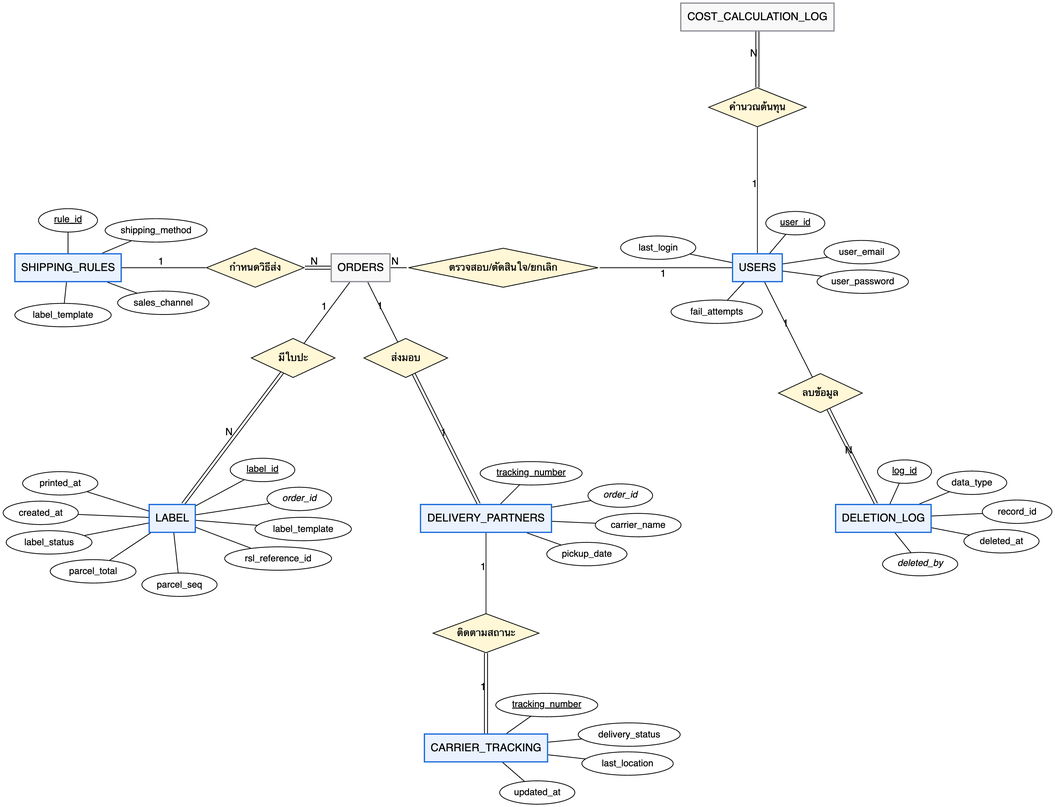
Above: 04-chapter2-diagrams-database/diagrams/png/er-2.png in xbpkdi/321-sa-proj (Graphviz), before the change. Its source is kept beside it as 04-chapter2-diagrams-database/diagrams/src/er-2.dot.
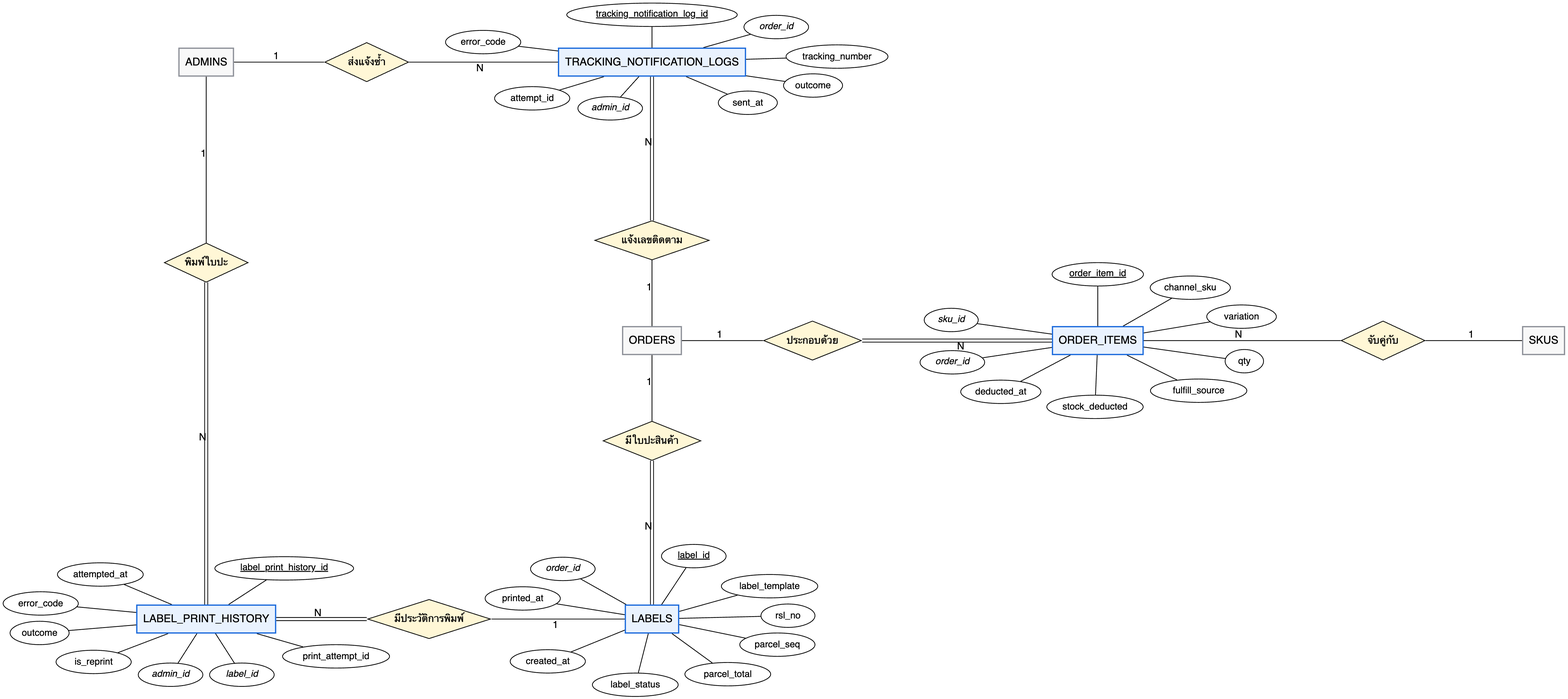
The same diagram one commit later.

Diff of the diagram source:
```diff
@@ -1,95 +1,100 @@
 graph ER {
   layout=neato; overlap=true; splines=line; outputorder=edgesfirst;
   node [fontname="Helvetica", fontsize=14]; edge [fontname="Helvetica", fontsize=13];
-  "rel0" [pos="7.12,2.88!", shape=diamond, style=filled, fillcolor="#fff7d6", label="คำนวณต้นทุน", fontsize=13, fixedsize=true, width=1.75, height=0.7];
-  "users" -- "rel0" [label="1"];
-  "rel0" -- "cost_calculation_log" [label="N", color="black:invis:black"];
-  "rel1" [pos="-1.89,0.00!", shape=diamond, style=filled, fillcolor="#fff7d6", label="กำหนดวิธีส่ง", fontsize=13, fixedsize=true, width=1.75, height=0.7];
-  "shipping_rules" -- "rel1" [label="1"];
-  "rel1" -- "orders" [label="N", color="black:invis:black"];
-  "rel2" [pos="2.56,0.00!", shape=diamond, style=filled, fillcolor="#fff7d6", label="ตรวจสอบ/ตัดสินใจ/ยกเลิก", fontsize=13, fixedsize=true, width=3.40, height=0.7];
-  "users" -- "rel2" [label="1"];
-  "rel2" -- "orders" [label="N"];
-  "rel3" [pos="-1.21,-1.62!", shape=diamond, style=filled, fillcolor="#fff7d6", label="มีใบปะ", fontsize=13, fixedsize=true, width=1.50, height=0.7];
+  "rel0" [pos="-5.12,0.00!", shape=diamond, style=filled, fillcolor="#fff7d6", label="ประกอบด้วย", fontsize=13, fixedsize=true, width=1.75, height=0.7];
+  "orders" -- "rel0" [label="1"];
+  "rel0" -- "order_items" [label="N", color="black:invis:black"];
+  "rel1" [pos="5.12,0.00!", shape=diamond, style=filled, fillcolor="#fff7d6", label="จับคู่กับ", fontsize=13, fixedsize=true, width=1.50, height=0.7];
+  "skus" -- "rel1" [label="1"];
+  "rel1" -- "order_items" [label="N"];
+  "rel2" [pos="-8.00,-1.80!", shape=diamond, style=filled, fillcolor="#fff7d6", label="มีใบปะสินค้า", fontsize=13, fixedsize=true, width=1.75, height=0.7];
+  "orders" -- "rel2" [label="1"];
+  "rel2" -- "labels" [label="N", color="black:invis:black"];
+  "rel3" [pos="-8.00,1.80!", shape=diamond, style=filled, fillcolor="#fff7d6", label="แจ้งเลขติดตาม", fontsize=13, fixedsize=true, width=2.05, height=0.7];
   "orders" -- "rel3" [label="1"];
-  "rel3" -- "label" [label="N", color="black:invis:black"];
-  "rel4" [pos="0.81,-1.62!", shape=diamond, style=filled, fillcolor="#fff7d6", label="ส่งมอบ", fontsize=13, fixedsize=true, width=1.50, height=0.7];
-  "orders" -- "rel4" [label="1"];
-  "rel4" -- "delivery_partners" [label="1", color="black:invis:black"];
-  "rel5" [pos="2.25,-6.56!", shape=diamond, style=filled, fillcolor="#fff7d6", label="ติดตามสถานะ", fontsize=13, fixedsize=true, width=1.90, height=0.7];
-  "delivery_partners" -- "rel5" [label="1"];
-  "rel5" -- "carrier_tracking" [label="1", color="black:invis:black"];
-  "rel6" [pos="8.25,-2.25!", shape=diamond, style=filled, fillcolor="#fff7d6", label="ลบข้อมูล", fontsize=13, fixedsize=true, width=1.50, height=0.7];
-  "users" -- "rel6" [label="1"];
-  "rel6" -- "deletion_log" [label="N", color="black:invis:black"];
-  "users" [pos="7.12,0.00!", shape=box, style="filled", fillcolor="#e9f2fe", color="#1868db", penwidth=1.6, label="USERS"];
-  "users.user_id" [pos="7.80,0.80!", shape=ellipse, style=filled, fillcolor=white, label=<<u>user_id</u>>, fontsize=12, fixedsize=true, width=1.06, height=0.42];
-  "users" -- "users.user_id";
-  "users.user_email" [pos="8.99,0.28!", shape=ellipse, style=filled, fillcolor=white, label="user_email", fontsize=12, fixedsize=true, width=1.35, height=0.42];
-  "users" -- "users.user_email";
-  "users.user_password" [pos="9.01,-0.25!", shape=ellipse, style=filled, fillcolor=white, label="user_password", fontsize=12, fixedsize=true, width=1.64, height=0.42];
-  "users" -- "users.user_password";
-  "users.fail_attempts" [pos="6.39,-0.79!", shape=ellipse, style=filled, fillcolor=white, label="fail_attempts", fontsize=12, fixedsize=true, width=1.64, height=0.42];
-  "users" -- "users.fail_attempts";
-  "users.last_login" [pos="5.34,0.36!", shape=ellipse, style=filled, fillcolor=white, label="last_login", fontsize=12, fixedsize=true, width=1.35, height=0.42];
-  "users" -- "users.last_login";
-  "cost_calculation_log" [pos="7.12,4.50!", shape=box, style="filled", fillcolor="#f8f8f8", color="#8c8f97", penwidth=1.6, label="COST_CALCULATION_LOG"];
-  "shipping_rules" [pos="-5.25,0.00!", shape=box, style="filled", fillcolor="#e9f2fe", color="#1868db", penwidth=1.6, label="SHIPPING_RULES"];
-  "shipping_rules.rule_id" [pos="-5.25,0.85!", shape=ellipse, style=filled, fillcolor=white, label=<<u>rule_id</u>>, fontsize=12, fixedsize=true, width=1.06, height=0.42];
-  "shipping_rules" -- "shipping_rules.rule_id";
-  "shipping_rules.shipping_method" [pos="-3.67,0.67!", shape=ellipse, style=filled, fillcolor=white, label="shipping_method", fontsize=12, fixedsize=true, width=1.83, height=0.42];
-  "shipping_rules" -- "shipping_rules.shipping_method";
-  "shipping_rules.sales_channel" [pos="-3.54,-0.63!", shape=ellipse, style=filled, fillcolor=white, label="sales_channel", fontsize=12, fixedsize=true, width=1.64, height=0.42];
-  "shipping_rules" -- "shipping_rules.sales_channel";
-  "shipping_rules.label_template" [pos="-5.34,-0.85!", shape=ellipse, style=filled, fillcolor=white, label="label_template", fontsize=12, fixedsize=true, width=1.73, height=0.42];
-  "shipping_rules" -- "shipping_rules.label_template";
-  "orders" [pos="0.00,0.00!", shape=box, style="filled", fillcolor="#f8f8f8", color="#8c8f97", penwidth=1.6, label="ORDERS"];
-  "label" [pos="-3.38,-4.50!", shape=box, style="filled", fillcolor="#e9f2fe", color="#1868db", penwidth=1.6, label="LABEL"];
-  "label.label_id" [pos="-1.76,-3.63!", shape=ellipse, style=filled, fillcolor=white, label=<<u>label_id</u>>, fontsize=12, fixedsize=true, width=1.16, height=0.42];
-  "label" -- "label.label_id";
-  "label.order_id" [pos="-1.10,-4.15!", shape=ellipse, style=filled, fillcolor=white, label=<<i>order_id</i>>, fontsize=12, fixedsize=true, width=1.16, height=0.42];
-  "label" -- "label.order_id";
-  "label.label_template" [pos="-1.03,-4.69!", shape=ellipse, style=filled, fillcolor=white, label="label_template", fontsize=12, fixedsize=true, width=1.73, height=0.42];
-  "label" -- "label.label_template";
-  "label.rsl_reference_id" [pos="-1.48,-5.22!", shape=ellipse, style=filled, fillcolor=white, label="rsl_reference_id", fontsize=12, fixedsize=true, width=1.92, height=0.42];
-  "label" -- "label.rsl_reference_id";
-  "label.parcel_seq" [pos="-3.25,-5.69!", shape=ellipse, style=filled, fillcolor=white, label="parcel_seq", fontsize=12, fixedsize=true, width=1.35, height=0.42];
-  "label" -- "label.parcel_seq";
-  "label.parcel_total" [pos="-4.80,-5.45!", shape=ellipse, style=filled, fillcolor=white, label="parcel_total", fontsize=12, fixedsize=true, width=1.54, height=0.42];
-  "label" -- "label.parcel_total";
-  "label.label_status" [pos="-5.59,-4.93!", shape=ellipse, style=filled, fillcolor=white, label="label_status", fontsize=12, fixedsize=true, width=1.54, height=0.42];
-  "label" -- "label.label_status";
-  "label.created_at" [pos="-5.74,-4.40!", shape=ellipse, style=filled, fillcolor=white, label="created_at", fontsize=12, fixedsize=true, width=1.35, height=0.42];
-  "label" -- "label.created_at";
-  "label.printed_at" [pos="-5.39,-3.87!", shape=ellipse, style=filled, fillcolor=white, label="printed_at", fontsize=12, fixedsize=true, width=1.35, height=0.42];
-  "label" -- "label.printed_at";
-  "delivery_partners" [pos="2.25,-4.50!", shape=box, style="filled", fillcolor="#e9f2fe", color="#1868db", penwidth=1.6, label="DELIVERY_PARTNERS"];
-  "delivery_partners.tracking_number" [pos="3.06,-3.69!", shape=ellipse, style=filled, fillcolor=white, label=<<u>tracking_number</u>>, fontsize=12, fixedsize=true, width=1.83, height=0.42];
-  "delivery_partners" -- "delivery_partners.tracking_number";
-  "delivery_partners.order_id" [pos="4.66,-4.09!", shape=ellipse, style=filled, fillcolor=white, label=<<i>order_id</i>>, fontsize=12, fixedsize=true, width=1.16, height=0.42];
-  "delivery_partners" -- "delivery_partners.order_id";
-  "delivery_partners.carrier_name" [pos="4.98,-4.62!", shape=ellipse, style=filled, fillcolor=white, label="carrier_name", fontsize=12, fixedsize=true, width=1.54, height=0.42];
-  "delivery_partners" -- "delivery_partners.carrier_name";
-  "delivery_partners.pickup_date" [pos="4.06,-5.14!", shape=ellipse, style=filled, fillcolor=white, label="pickup_date", fontsize=12, fixedsize=true, width=1.44, height=0.42];
-  "delivery_partners" -- "delivery_partners.pickup_date";
-  "carrier_tracking" [pos="2.25,-8.62!", shape=box, style="filled", fillcolor="#e9f2fe", color="#1868db", penwidth=1.6, label="CARRIER_TRACKING"];
-  "carrier_tracking.tracking_number" [pos="3.34,-7.85!", shape=ellipse, style=filled, fillcolor=white, label=<<u>tracking_number</u>>, fontsize=12, fixedsize=true, width=1.83, height=0.42];
-  "carrier_tracking" -- "carrier_tracking.tracking_number";
-  "carrier_tracking.delivery_status" [pos="4.82,-8.38!", shape=ellipse, style=filled, fillcolor=white, label="delivery_status", fontsize=12, fixedsize=true, width=1.83, height=0.42];
-  "carrier_tracking" -- "carrier_tracking.delivery_status";
-  "carrier_tracking.last_location" [pos="4.79,-8.90!", shape=ellipse, style=filled, fillcolor=white, label="last_location", fontsize=12, fixedsize=true, width=1.64, height=0.42];
-  "carrier_tracking" -- "carrier_tracking.last_location";
-  "carrier_tracking.updated_at" [pos="3.17,-9.42!", shape=ellipse, style=filled, fillcolor=white, label="updated_at", fontsize=12, fixedsize=true, width=1.35, height=0.42];
-  "carrier_tracking" -- "carrier_tracking.updated_at";
-  "deletion_log" [pos="9.38,-4.50!", shape=box, style="filled", fillcolor="#e9f2fe", color="#1868db", penwidth=1.6, label="DELETION_LOG"];
-  "deletion_log.log_id" [pos="9.76,-3.66!", shape=ellipse, style=filled, fillcolor=white, label=<<u>log_id</u>>, fontsize=12, fixedsize=true, width=0.97, height=0.42];
-  "deletion_log" -- "deletion_log.log_id";
-  "deletion_log.data_type" [pos="10.97,-3.86!", shape=ellipse, style=filled, fillcolor=white, label="data_type", fontsize=12, fixedsize=true, width=1.25, height=0.42];
-  "deletion_log" -- "deletion_log.data_type";
-  "deletion_log.record_id" [pos="11.78,-4.38!", shape=ellipse, style=filled, fillcolor=white, label="record_id", fontsize=12, fixedsize=true, width=1.25, height=0.42];
-  "deletion_log" -- "deletion_log.record_id";
-  "deletion_log.deleted_at" [pos="11.50,-4.91!", shape=ellipse, style=filled, fillcolor=white, label="deleted_at", fontsize=12, fixedsize=true, width=1.35, height=0.42];
-  "deletion_log" -- "deletion_log.deleted_at";
-  "deletion_log.deleted_by" [pos="10.04,-5.32!", shape=ellipse, style=filled, fillcolor=white, label=<<i>deleted_by</i>>, fontsize=12, fixedsize=true, width=1.35, height=0.42];
-  "deletion_log" -- "deletion_log.deleted_by";
+  "rel3" -- "tracking_notification_logs" [label="N", color="black:invis:black"];
+  "rel4" [pos="-13.12,5.00!", shape=diamond, style=filled, fillcolor="#fff7d6", label="ส่งแจ้งซ้ำ", fontsize=13, fixedsize=true, width=1.50, height=0.7];
+  "admins" -- "rel4" [label="1"];
+  "rel4" -- "tracking_notification_logs" [label="N"];
+  "rel5" [pos="-16.00,1.40!", shape=diamond, style=filled, fillcolor="#fff7d6", label="พิมพ์ใบปะ", fontsize=13, fixedsize=true, width=1.50, height=0.7];
+  "admins" -- "rel5" [label="1"];
+  "rel5" -- "label_print_history" [label="N", color="black:invis:black"];
+  "rel6" [pos="-12.00,-5.00!", shape=diamond, style=filled, fillcolor="#fff7d6", label="มีประวัติการพิมพ์", fontsize=13, fixedsize=true, width=2.20, height=0.7];
+  "labels" -- "rel6" [label="1"];
+  "rel6" -- "label_print_history" [label="N", color="black:invis:black"];
+  "admins" [pos="-16.00,5.00!", shape=box, style="filled", fillcolor="#f8f8f8", color="#8c8f97", penwidth=1.6, label="ADMINS"];
+  "skus" [pos="8.00,0.00!", shape=box, style="filled", fillcolor="#f8f8f8", color="#8c8f97", penwidth=1.6, label="SKUS"];
+  "orders" [pos="-8.00,0.00!", shape=box, style="filled", fillcolor="#f8f8f8", color="#8c8f97", penwidth=1.6, label="ORDERS"];
+  "order_items" [pos="0.00,0.00!", shape=box, style="filled", fillcolor="#e9f2fe", color="#1868db", penwidth=1.6, label="ORDER_ITEMS"];
+  "order_items.order_item_id" [pos="0.00,1.19!", shape=ellipse, style=filled, fillcolor=white, label=<<u>order_item_id</u>>, fontsize=12, fixedsize=true, width=1.64, height=0.42];
+  "order_items" -- "order_items.order_item_id";
+  "order_items.channel_sku" [pos="1.66,0.95!", shape=ellipse, style=filled, fillcolor=white, label="channel_sku", fontsize=12, fixedsize=true, width=1.44, height=0.42];
+  "order_items" -- "order_items.channel_sku";
+  "order_items.variation" [pos="2.58,0.43!", shape=ellipse, style=filled, fillcolor=white, label="variation", fontsize=12, fixedsize=true, width=1.25, height=0.42];
+  "order_items" -- "order_items.variation";
+  "order_items.qty" [pos="2.63,-0.37!", shape=ellipse, style=filled, fillcolor=white, label="qty", fontsize=12, fixedsize=true, width=0.69, height=0.42];
+  "order_items" -- "order_items.qty";
+  "order_items.fulfill_source" [pos="1.81,-0.90!", shape=ellipse, style=filled, fillcolor=white, label="fulfill_source", fontsize=12, fixedsize=true, width=1.73, height=0.42];
+  "order_items" -- "order_items.fulfill_source";
+  "order_items.stock_deducted" [pos="-0.05,-1.19!", shape=ellipse, style=filled, fillcolor=white, label="stock_deducted", fontsize=12, fixedsize=true, width=1.73, height=0.42];
+  "order_items" -- "order_items.stock_deducted";
+  "order_items.deducted_at" [pos="-1.74,-0.92!", shape=ellipse, style=filled, fillcolor=white, label="deducted_at", fontsize=12, fixedsize=true, width=1.44, height=0.42];
+  "order_items" -- "order_items.deducted_at";
+  "order_items.order_id" [pos="-2.61,-0.39!", shape=ellipse, style=filled, fillcolor=white, label=<<i>order_id</i>>, fontsize=12, fixedsize=true, width=1.16, height=0.42];
+  "order_items" -- "order_items.order_id";
+  "order_items.sku_id" [pos="-2.63,0.37!", shape=ellipse, style=filled, fillcolor=white, label=<<i>sku_id</i>>, fontsize=12, fixedsize=true, width=0.97, height=0.42];
+  "order_items" -- "order_items.sku_id";
+  "labels" [pos="-8.00,-5.00!", shape=box, style="filled", fillcolor="#e9f2fe", color="#1868db", penwidth=1.6, label="LABELS"];
+  "labels.label_id" [pos="-7.25,-3.87!", shape=ellipse, style=filled, fillcolor=white, label=<<u>label_id</u>>, fontsize=12, fixedsize=true, width=1.16, height=0.42];
+  "labels" -- "labels.label_id";
+  "labels.label_template" [pos="-5.89,-4.41!", shape=ellipse, style=filled, fillcolor=white, label="label_template", fontsize=12, fixedsize=true, width=1.73, height=0.42];
+  "labels" -- "labels.label_template";
+  "labels.rsl_no" [pos="-5.56,-4.94!", shape=ellipse, style=filled, fillcolor=white, label="rsl_no", fontsize=12, fixedsize=true, width=0.97, height=0.42];
+  "labels" -- "labels.rsl_no";
+  "labels.parcel_seq" [pos="-5.75,-5.46!", shape=ellipse, style=filled, fillcolor=white, label="parcel_seq", fontsize=12, fixedsize=true, width=1.35, height=0.42];
+  "labels" -- "labels.parcel_seq";
+  "labels.parcel_total" [pos="-6.64,-5.99!", shape=ellipse, style=filled, fillcolor=white, label="parcel_total", fontsize=12, fixedsize=true, width=1.54, height=0.42];
+  "labels" -- "labels.parcel_total";
+  "labels.label_status" [pos="-8.30,-6.18!", shape=ellipse, style=filled, fillcolor=white, label="label_status", fontsize=12, fixedsize=true, width=1.54, height=0.42];
+  "labels" -- "labels.label_status";
+  "labels.created_at" [pos="-9.87,-5.76!", shape=ellipse, style=filled, fillcolor=white, label="created_at", fontsize=12, fixedsize=true, width=1.35, height=0.42];
+  "labels" -- "labels.created_at";
+  "labels.printed_at" [pos="-10.32,-4.63!", shape=ellipse, style=filled, fillcolor=white, label="printed_at", fontsize=12, fixedsize=true, width=1.35, height=0.42];
+  "labels" -- "labels.printed_at";
+  "labels.order_id" [pos="-9.60,-4.10!", shape=ellipse, style=filled, fillcolor=white, label=<<i>order_id</i>>, fontsize=12, fixedsize=true, width=1.16, height=0.42];
+  "labels" -- "labels.order_id";
+  "tracking_notification_logs" [pos="-8.00,5.00!", shape=box, style="filled", fillcolor="#e9f2fe", color="#1868db", penwidth=1.6, label="TRACKING_NOTIFICATION_LOGS"];
+  "tracking_notification_logs.tracking_notification_log_id" [pos="-8.00,5.85!", shape=ellipse, style=filled, fillcolor=white, label=<<u>tracking_notification_log_id</u>>, fontsize=12, fixedsize=true, width=3.06, height=0.42];
+  "tracking_notification_logs" -- "tracking_notification_logs.tracking_notification_log_id";
+  "tracking_notification_logs.order_id" [pos="-5.77,5.63!", shape=ellipse, style=filled, fillcolor=white, label=<<i>order_id</i>>, fontsize=12, fixedsize=true, width=1.16, height=0.42];
+  "tracking_notification_logs" -- "tracking_notification_logs.order_id";
+  "tracking_notification_logs.tracking_number" [pos="-4.68,5.10!", shape=ellipse, style=filled, fillcolor=white, label="tracking_number", fontsize=12, fixedsize=true, width=1.83, height=0.42];
+  "tracking_notification_logs" -- "tracking_notification_logs.tracking_number";
+  "tracking_notification_logs.outcome" [pos="-5.11,4.58!", shape=ellipse, style=filled, fillcolor=white, label="outcome", fontsize=12, fixedsize=true, width=1.06, height=0.42];
+  "tracking_notification_logs" -- "tracking_notification_logs.outcome";
+  "tracking_notification_logs.sent_at" [pos="-6.28,4.27!", shape=ellipse, style=filled, fillcolor=white, label="sent_at", fontsize=12, fixedsize=true, width=1.06, height=0.42];
+  "tracking_notification_logs" -- "tracking_notification_logs.sent_at";
+  "tracking_notification_logs.admin_id" [pos="-8.75,4.17!", shape=ellipse, style=filled, fillcolor=white, label=<<i>admin_id</i>>, fontsize=12, fixedsize=true, width=1.16, height=0.42];
+  "tracking_notification_logs" -- "tracking_notification_logs.admin_id";
+  "tracking_notification_logs.attempt_id" [pos="-10.15,4.35!", shape=ellipse, style=filled, fillcolor=white, label="attempt_id", fontsize=12, fixedsize=true, width=1.35, height=0.42];
+  "tracking_notification_logs" -- "tracking_notification_logs.attempt_id";
+  "tracking_notification_logs.error_code" [pos="-11.03,5.36!", shape=ellipse, style=filled, fillcolor=white, label="error_code", fontsize=12, fixedsize=true, width=1.35, height=0.42];
+  "tracking_notification_logs" -- "tracking_notification_logs.error_code";
+  "label_print_history" [pos="-16.00,-5.00!", shape=box, style="filled", fillcolor="#e9f2fe", color="#1868db", penwidth=1.6, label="LABEL_PRINT_HISTORY"];
+  "label_print_history.label_print_history_id" [pos="-14.60,-4.09!", shape=ellipse, style=filled, fillcolor=white, label=<<u>label_print_history_id</u>>, fontsize=12, fixedsize=true, width=2.49, height=0.42];
+  "label_print_history" -- "label_print_history.label_print_history_id";
+  "label_print_history.print_attempt_id" [pos="-13.67,-5.67!", shape=ellipse, style=filled, fillcolor=white, label="print_attempt_id", fontsize=12, fixedsize=true, width=1.92, height=0.42];
+  "label_print_history" -- "label_print_history.print_attempt_id";
+  "label_print_history.label_id" [pos="-15.36,-6.00!", shape=ellipse, style=filled, fillcolor=white, label=<<i>label_id</i>>, fontsize=12, fixedsize=true, width=1.16, height=0.42];
+  "label_print_history" -- "label_print_history.label_id";
+  "label_print_history.admin_id" [pos="-16.64,-6.00!", shape=ellipse, style=filled, fillcolor=white, label=<<i>admin_id</i>>, fontsize=12, fixedsize=true, width=1.16, height=0.42];
+  "label_print_history" -- "label_print_history.admin_id";
+  "label_print_history.is_reprint" [pos="-18.02,-5.77!", shape=ellipse, style=filled, fillcolor=white, label="is_reprint", fontsize=12, fixedsize=true, width=1.35, height=0.42];
+  "label_print_history" -- "label_print_history.is_reprint";
+  "label_print_history.outcome" [pos="-18.99,-5.25!", shape=ellipse, style=filled, fillcolor=white, label="outcome", fontsize=12, fixedsize=true, width=1.06, height=0.42];
+  "label_print_history" -- "label_print_history.outcome";
+  "label_print_history.error_code" [pos="-18.97,-4.72!", shape=ellipse, style=filled, fillcolor=white, label="error_code", fontsize=12, fixedsize=true, width=1.35, height=0.42];
+  "label_print_history" -- "label_print_history.error_code";
+  "label_print_history.attempted_at" [pos="-17.90,-4.20!", shape=ellipse, style=filled, fillcolor=white, label="attempted_at", fontsize=12, fixedsize=true, width=1.54, height=0.42];
+  "label_print_history" -- "label_print_history.attempted_at";
 }
```
